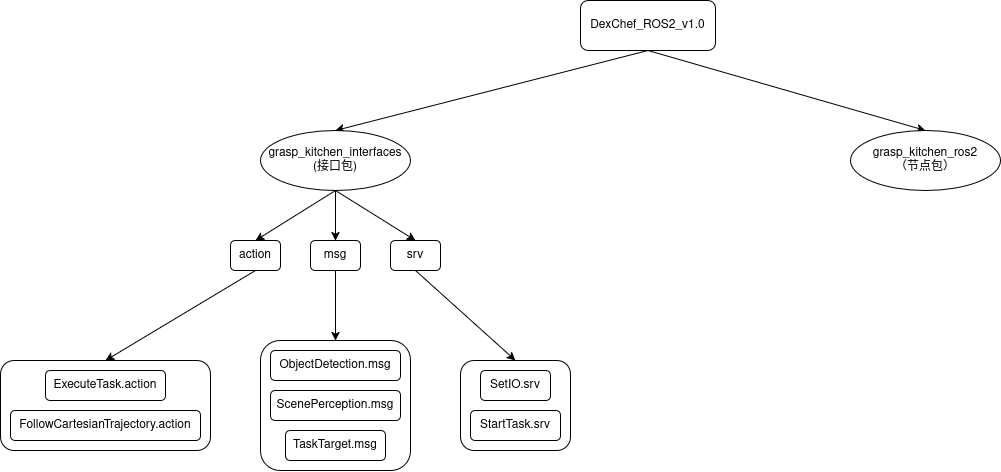
Before: DexChef.png, a diagram exported from draw.io (kim-os/dexchef_ros2). Source tidied: cells renumbered, new cells last; positions are measured from the earlier drawing's top-left corner, leaving out a move shared by most shapes.
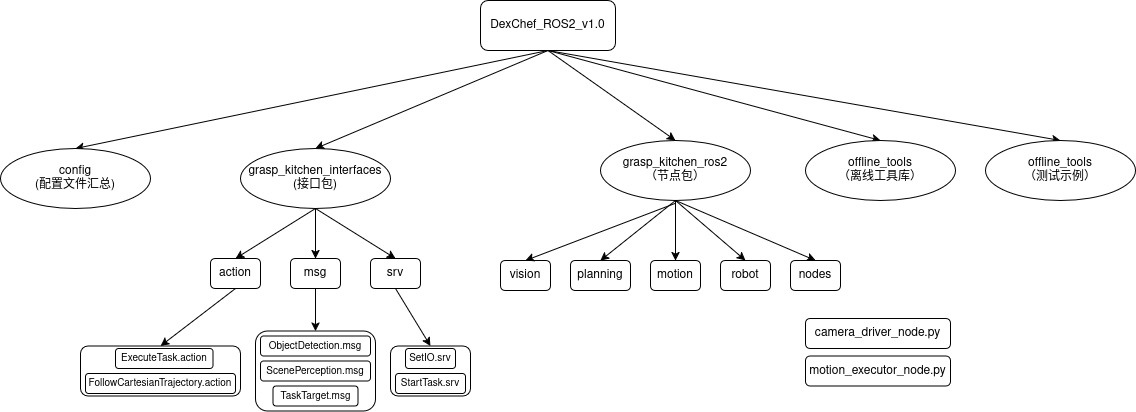
The same diagram one commit later.

Change to the diagram source:
```diff
@@ -3,46 +3,46 @@
     <mxCell id="0" />
     <mxCell id="1" parent="0" />
     <mxCell id="2" style="rounded=1;whiteSpace=wrap;html=1;" parent="1" vertex="1">
-      <mxGeometry x="460" y="360" width="110" height="90" as="geometry" />
+      <mxGeometry x="650" y="325.5" width="80" height="50" as="geometry" />
     </mxCell>
     <mxCell id="3" style="rounded=1;whiteSpace=wrap;html=1;" parent="1" vertex="1">
-      <mxGeometry x="260" y="340" width="150" height="130" as="geometry" />
+      <mxGeometry x="515" y="310.5" width="120" height="80" as="geometry" />
     </mxCell>
     <mxCell id="4" style="rounded=1;whiteSpace=wrap;html=1;" parent="1" vertex="1">
-      <mxGeometry y="360" width="210" height="90" as="geometry" />
+      <mxGeometry x="340" y="325.5" width="160" height="50" as="geometry" />
     </mxCell>
     <mxCell id="5" style="rounded=0;jettySize=auto;html=1;exitX=0.5;exitY=1;exitDx=0;exitDy=0;entryX=0.5;entryY=0;entryDx=0;entryDy=0;" parent="1" edge="1" source="6" target="8">
       <mxGeometry relative="1" as="geometry" />
     </mxCell>
     <mxCell id="6" value="DexChef_ROS2_v1.0" style="rounded=1;whiteSpace=wrap;html=1;" parent="1" vertex="1">
-      <mxGeometry x="580" width="135" height="50" as="geometry" />
+      <mxGeometry x="740" y="-20" width="135" height="50" as="geometry" />
     </mxCell>
     <mxCell id="7" style="rounded=0;jettySize=auto;html=1;exitX=0.5;exitY=1;exitDx=0;exitDy=0;entryX=0.5;entryY=0;entryDx=0;entryDy=0;" parent="1" edge="1" source="8" target="12">
       <mxGeometry relative="1" as="geometry" />
     </mxCell>
     <mxCell id="8" value="&lt;div&gt;grasp_kitchen_interfaces&lt;/div&gt;&lt;div&gt;(接口包)&lt;/div&gt;" style="ellipse;whiteSpace=wrap;html=1;" parent="1" vertex="1">
-      <mxGeometry x="260" y="130" width="150" height="60" as="geometry" />
+      <mxGeometry x="500" y="128" width="150" height="60" as="geometry" />
     </mxCell>
     <mxCell id="9" style="rounded=0;jettySize=auto;html=1;exitX=0.5;exitY=1;exitDx=0;exitDy=0;entryX=0.5;entryY=0;entryDx=0;entryDy=0;" parent="1" edge="1" source="6" target="10">
       <mxGeometry relative="1" as="geometry" />
     </mxCell>
     <mxCell id="10" value="&lt;div&gt;grasp_kitchen_ros2&lt;/div&gt;（节点包）" style="ellipse;whiteSpace=wrap;html=1;" parent="1" vertex="1">
-      <mxGeometry x="850" y="130" width="150" height="60" as="geometry" />
+      <mxGeometry x="860" y="120" width="150" height="60" as="geometry" />
     </mxCell>
     <mxCell id="11" style="rounded=0;jettySize=auto;html=1;exitX=0.5;exitY=1;exitDx=0;exitDy=0;entryX=0.5;entryY=0;entryDx=0;entryDy=0;" parent="1" edge="1" source="12" target="4">
       <mxGeometry relative="1" as="geometry" />
     </mxCell>
     <mxCell id="12" value="action" style="rounded=1;whiteSpace=wrap;html=1;" parent="1" vertex="1">
-      <mxGeometry x="230" y="240" width="50" height="30" as="geometry" />
+      <mxGeometry x="470" y="238" width="50" height="30" as="geometry" />
     </mxCell>
     <mxCell id="13" style="rounded=0;jettySize=auto;html=1;entryX=0.5;entryY=0;entryDx=0;entryDy=0;" parent="1" edge="1" source="8" target="15">
       <mxGeometry relative="1" as="geometry" />
     </mxCell>
-    <mxCell id="14" style="edgeStyle=orthogonalEdgeStyle;rounded=0;jettySize=auto;html=1;exitX=0.5;exitY=1;exitDx=0;exitDy=0;" parent="1" edge="1" source="15" target="3">
+    <mxCell id="14" style="rounded=0;jettySize=auto;html=1;exitX=0.5;exitY=1;exitDx=0;exitDy=0;" parent="1" edge="1" source="15" target="3">
       <mxGeometry relative="1" as="geometry" />
     </mxCell>
     <mxCell id="15" value="msg" style="rounded=1;whiteSpace=wrap;html=1;" parent="1" vertex="1">
-      <mxGeometry x="310" y="240" width="50" height="30" as="geometry" />
+      <mxGeometry x="550" y="238" width="50" height="30" as="geometry" />
     </mxCell>
     <mxCell id="16" style="rounded=0;jettySize=auto;html=1;exitX=0.5;exitY=1;exitDx=0;exitDy=0;entryX=0.5;entryY=0;entryDx=0;entryDy=0;" parent="1" edge="1" source="8" target="18">
       <mxGeometry relative="1" as="geometry" />
@@ -51,28 +51,84 @@
       <mxGeometry relative="1" as="geometry" />
     </mxCell>
     <mxCell id="18" value="srv" style="rounded=1;whiteSpace=wrap;html=1;" parent="1" vertex="1">
-      <mxGeometry x="390" y="240" width="50" height="30" as="geometry" />
+      <mxGeometry x="630" y="238" width="50" height="30" as="geometry" />
     </mxCell>
-    <mxCell id="19" value="ExecuteTask.action" style="rounded=1;whiteSpace=wrap;html=1;" parent="1" vertex="1">
-      <mxGeometry x="45" y="370" width="120" height="30" as="geometry" />
+    <mxCell id="19" value="&lt;font style=&quot;font-size: 10px;&quot;&gt;ExecuteTask.action&lt;/font&gt;" style="rounded=1;whiteSpace=wrap;html=1;" parent="1" vertex="1">
+      <mxGeometry x="375" y="328" width="97.5" height="20" as="geometry" />
     </mxCell>
-    <mxCell id="20" value="FollowCartesianTrajectory.action" style="rounded=1;whiteSpace=wrap;html=1;" parent="1" vertex="1">
-      <mxGeometry x="10" y="410" width="190" height="30" as="geometry" />
+    <mxCell id="20" value="&lt;font style=&quot;font-size: 10px;&quot;&gt;FollowCartesianTrajectory.action&lt;/font&gt;" style="rounded=1;whiteSpace=wrap;html=1;" parent="1" vertex="1">
+      <mxGeometry x="345" y="353" width="150" height="20" as="geometry" />
     </mxCell>
-    <mxCell id="21" value="ObjectDetection.msg" style="rounded=1;whiteSpace=wrap;html=1;" parent="1" vertex="1">
-      <mxGeometry x="270" y="350" width="130" height="30" as="geometry" />
+    <mxCell id="21" value="&lt;font style=&quot;font-size: 10px;&quot;&gt;ObjectDetection.msg&lt;/font&gt;" style="rounded=1;whiteSpace=wrap;html=1;" parent="1" vertex="1">
+      <mxGeometry x="520" y="315.5" width="110" height="20" as="geometry" />
     </mxCell>
-    <mxCell id="22" value="ScenePerception.msg" style="rounded=1;whiteSpace=wrap;html=1;" parent="1" vertex="1">
-      <mxGeometry x="270" y="390" width="130" height="30" as="geometry" />
+    <mxCell id="22" value="&lt;font style=&quot;font-size: 10px;&quot;&gt;ScenePerception.msg&lt;/font&gt;" style="rounded=1;whiteSpace=wrap;html=1;" parent="1" vertex="1">
+      <mxGeometry x="520" y="340.5" width="110" height="20" as="geometry" />
     </mxCell>
-    <mxCell id="23" value="TaskTarget.msg" style="rounded=1;whiteSpace=wrap;html=1;" parent="1" vertex="1">
-      <mxGeometry x="285" y="430" width="100" height="30" as="geometry" />
+    <mxCell id="23" value="&lt;font style=&quot;font-size: 10px;&quot;&gt;TaskTarget.msg&lt;/font&gt;" style="rounded=1;whiteSpace=wrap;html=1;" parent="1" vertex="1">
+      <mxGeometry x="532.5" y="365.5" width="85" height="20" as="geometry" />
     </mxCell>
-    <mxCell id="24" value="SetIO.srv" style="rounded=1;whiteSpace=wrap;html=1;" parent="1" vertex="1">
-      <mxGeometry x="480" y="370" width="70" height="30" as="geometry" />
+    <mxCell id="24" value="&lt;font style=&quot;font-size: 10px;&quot;&gt;SetIO.srv&lt;/font&gt;" style="rounded=1;whiteSpace=wrap;html=1;" parent="1" vertex="1">
+      <mxGeometry x="665" y="328" width="50" height="20" as="geometry" />
     </mxCell>
-    <mxCell id="25" value="StartTask.srv" style="rounded=1;whiteSpace=wrap;html=1;" parent="1" vertex="1">
-      <mxGeometry x="470" y="410" width="90" height="30" as="geometry" />
+    <mxCell id="25" value="&lt;font style=&quot;font-size: 10px;&quot;&gt;StartTask.srv&lt;/font&gt;" style="rounded=1;whiteSpace=wrap;html=1;" parent="1" vertex="1">
+      <mxGeometry x="655" y="353" width="70" height="20" as="geometry" />
     </mxCell>
+    <mxCell id="26" style="rounded=0;jettySize=auto;html=1;exitX=0.5;exitY=1;exitDx=0;exitDy=0;entryX=0.5;entryY=0;entryDx=0;entryDy=0;" parent="1" edge="1" source="6" target="27">
+      <mxGeometry relative="1" as="geometry" />
+    </mxCell>
+    <mxCell id="27" value="&lt;div&gt;offline_tools&lt;/div&gt;（离线工具库）" style="ellipse;whiteSpace=wrap;html=1;" parent="1" vertex="1">
+      <mxGeometry x="1065" y="120" width="150" height="60" as="geometry" />
+    </mxCell>
+    <mxCell id="28" style="rounded=0;jettySize=auto;html=1;exitX=0.5;exitY=1;exitDx=0;exitDy=0;entryX=0.5;entryY=0;entryDx=0;entryDy=0;" parent="1" edge="1" source="6" target="29">
+      <mxGeometry relative="1" as="geometry" />
+    </mxCell>
+    <mxCell id="29" value="&lt;div&gt;config&lt;/div&gt;&lt;div&gt;(配置文件汇总)&lt;/div&gt;" style="ellipse;whiteSpace=wrap;html=1;" parent="1" vertex="1">
+      <mxGeometry x="260" y="128" width="150" height="60" as="geometry" />
+    </mxCell>
+    <mxCell id="30" style="rounded=0;jettySize=auto;html=1;exitX=0.5;exitY=1;exitDx=0;exitDy=0;entryX=0.5;entryY=0;entryDx=0;entryDy=0;" parent="1" edge="1" source="6" target="31">
+      <mxGeometry relative="1" as="geometry" />
+    </mxCell>
+    <mxCell id="31" value="&lt;div&gt;offline_tools&lt;/div&gt;（测试示例）" style="ellipse;whiteSpace=wrap;html=1;" parent="1" vertex="1">
+      <mxGeometry x="1245" y="120" width="150" height="60" as="geometry" />
+    </mxCell>
+    <mxCell id="32" value="vision" style="rounded=1;whiteSpace=wrap;html=1;" parent="1" vertex="1">
+      <mxGeometry x="760" y="240" width="50" height="30" as="geometry" />
+    </mxCell>
+    <mxCell id="33" style="rounded=0;jettySize=auto;html=1;exitX=0.5;exitY=1;exitDx=0;exitDy=0;entryX=0.5;entryY=0;entryDx=0;entryDy=0;" parent="1" edge="1" source="10" target="34">
+      <mxGeometry relative="1" as="geometry" />
+    </mxCell>
+    <mxCell id="34" value="planning" style="rounded=1;whiteSpace=wrap;html=1;" parent="1" vertex="1">
+      <mxGeometry x="830" y="240" width="60" height="30" as="geometry" />
+    </mxCell>
+    <mxCell id="35" style="rounded=0;jettySize=auto;html=1;exitX=0.5;exitY=0;exitDx=0;exitDy=0;entryX=0.5;entryY=0;entryDx=0;entryDy=0;" parent="1" edge="1" target="36">
+      <mxGeometry relative="1" as="geometry">
+        <mxPoint x="935" y="180" as="sourcePoint" />
+      </mxGeometry>
+    </mxCell>
+    <mxCell id="36" value="motion" style="rounded=1;whiteSpace=wrap;html=1;" parent="1" vertex="1">
+      <mxGeometry x="910" y="240" width="50" height="30" as="geometry" />
+    </mxCell>
+    <mxCell id="37" style="rounded=0;jettySize=auto;html=1;exitX=0.5;exitY=1;exitDx=0;exitDy=0;entryX=0.5;entryY=0;entryDx=0;entryDy=0;" parent="1" edge="1" source="10" target="38">
+      <mxGeometry relative="1" as="geometry" />
+    </mxCell>
+    <mxCell id="38" value="robot" style="rounded=1;whiteSpace=wrap;html=1;" parent="1" vertex="1">
+      <mxGeometry x="980" y="240" width="50" height="30" as="geometry" />
+    </mxCell>
+    <mxCell id="39" style="rounded=0;jettySize=auto;html=1;exitX=0.5;exitY=1.046;exitDx=0;exitDy=0;entryX=0.5;entryY=0;entryDx=0;entryDy=0;exitPerimeter=0;" parent="1" edge="1" source="10" target="32">
+      <mxGeometry relative="1" as="geometry" />
+    </mxCell>
+    <mxCell id="40" style="rounded=0;jettySize=auto;html=1;exitX=0.5;exitY=1;exitDx=0;exitDy=0;entryX=0.5;entryY=0;entryDx=0;entryDy=0;" parent="1" edge="1" source="10" target="41">
+      <mxGeometry relative="1" as="geometry" />
+    </mxCell>
+    <mxCell id="41" value="nodes" style="rounded=1;whiteSpace=wrap;html=1;" parent="1" vertex="1">
+      <mxGeometry x="1050" y="240" width="50" height="30" as="geometry" />
+    </mxCell>
+    <mxCell id="42" value="camera_driver_node.py" style="rounded=1;whiteSpace=wrap;html=1;" parent="1" vertex="1">
+      <mxGeometry x="1065" y="298" width="145" height="30" as="geometry" />
+    </mxCell>
+    <mxCell id="43" value="motion_executor_node.py" style="rounded=1;whiteSpace=wrap;html=1;" parent="1" vertex="1">
+      <mxGeometry x="1065" y="335.5" width="145" height="30" as="geometry" />
+    </mxCell>
   </root>
 </mxGraphModel>
```
